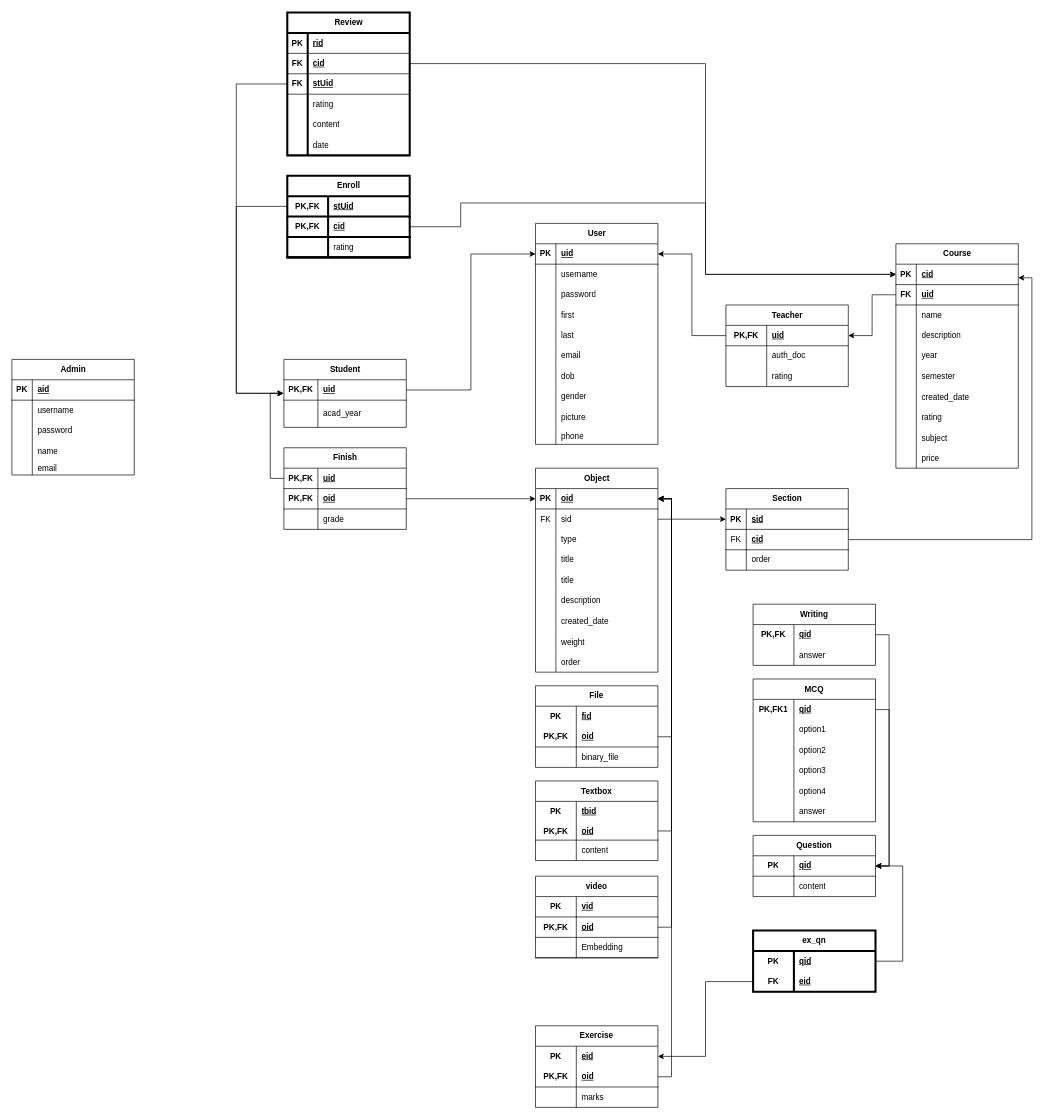
Earlier version of the draw.io diagram page "Schema" (2 of 2) of Design/Database Diagrams.drawio (ahmedamrelhefnawy/Neon-Academy). Source tidied: cells renumbered, new cells numbered last; positions are measured from the earlier drawing's top-left corner, leaving out a move shared by most shapes. Both pictures are drawn from the tidied source at 68%, with x=0, y=0 at pixel (12, 12).
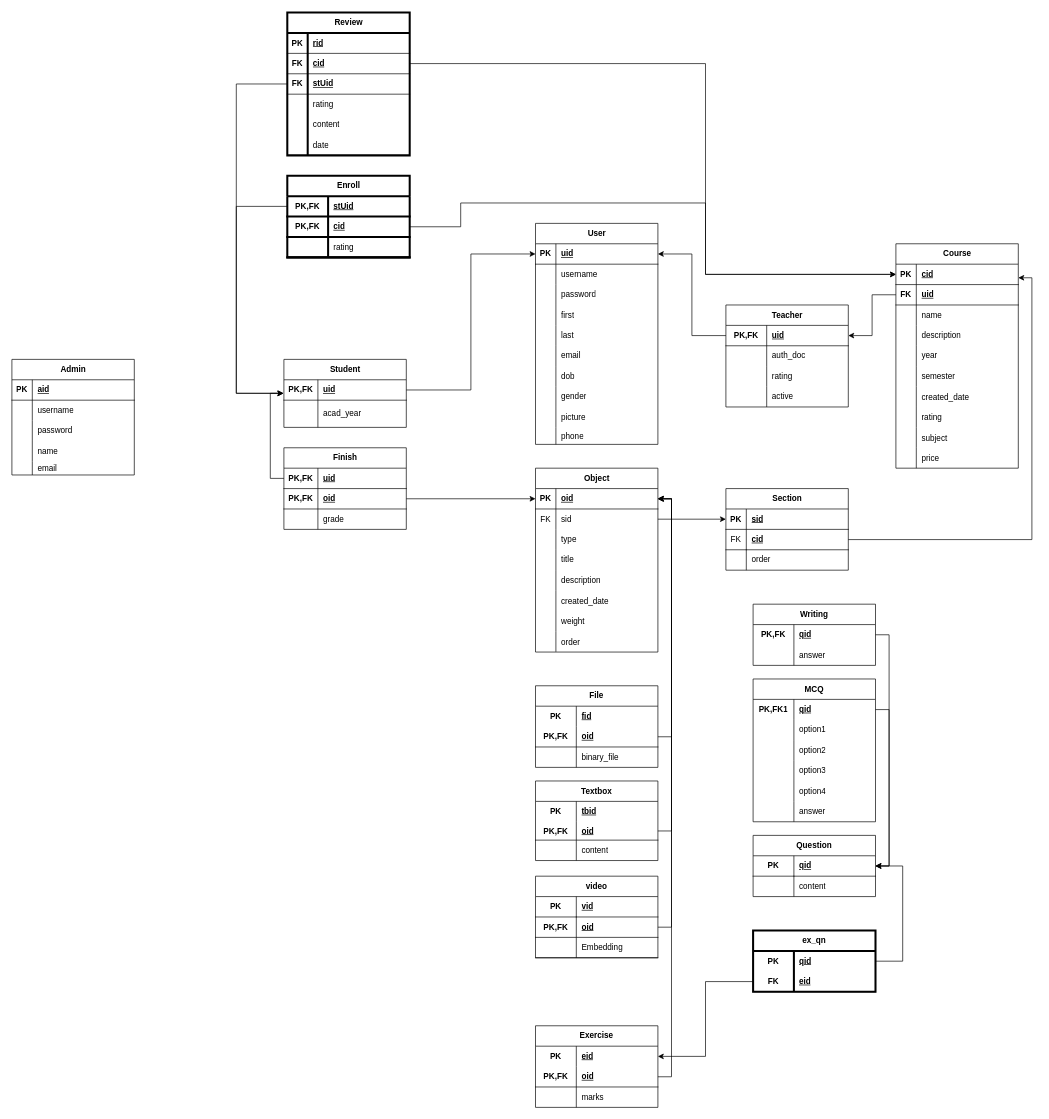
The same diagram, later.

The edit, as a diff of the source:
```diff
@@
     <mxCell id="18" value="Object" style="shape=table;startSize=30;childLayout=tableLayout;rowLines=0;fontStyle=1;align=center;html=1;" parent="1" vertex="1">
-      <mxGeometry x="770" y="670" width="180" height="300" as="geometry" />
+      <mxGeometry x="770" y="670" width="180" height="270.4" as="geometry" />
     </mxCell>
@@
-    <mxCell id="28" style="shape=tableRow;horizontal=0;startSize=0;swimlaneHead=0;swimlaneBody=0;fillColor=none;top=0;left=0;right=0;bottom=0;" parent="18" vertex="1">
-      <mxGeometry y="120" width="180" height="30" as="geometry" />
-    </mxCell>
-    <mxCell id="29" style="shape=partialRectangle;fillColor=none;top=0;left=0;bottom=0;right=0;overflow=hidden;whiteSpace=wrap;html=1;" parent="28" vertex="1">
-      <mxGeometry width="30" height="30" as="geometry" />
-    </mxCell>
-    <mxCell id="30" value="title" style="shape=partialRectangle;fillColor=none;top=0;left=0;bottom=0;right=0;align=left;spacingLeft=6;overflow=hidden;whiteSpace=wrap;html=1;" parent="28" vertex="1">
-      <mxGeometry x="30" width="150" height="30" as="geometry" />
-    </mxCell>
     <mxCell id="31" style="shape=tableRow;horizontal=0;startSize=0;swimlaneHead=0;swimlaneBody=0;fillColor=none;top=0;left=0;right=0;bottom=0;" parent="18" vertex="1">
-      <mxGeometry y="150" width="180" height="30" as="geometry" />
+      <mxGeometry y="120" width="180" height="30" as="geometry" />
     </mxCell>
@@
     <mxCell id="34" style="shape=tableRow;horizontal=0;startSize=0;swimlaneHead=0;swimlaneBody=0;fillColor=none;top=0;left=0;right=0;bottom=0;" parent="18" vertex="1">
-      <mxGeometry y="180" width="180" height="30" as="geometry" />
+      <mxGeometry y="150" width="180" height="30" as="geometry" />
     </mxCell>
@@
     <mxCell id="37" style="shape=tableRow;horizontal=0;startSize=0;swimlaneHead=0;swimlaneBody=0;fillColor=none;top=0;left=0;right=0;bottom=0;" parent="18" vertex="1">
-      <mxGeometry y="210" width="180" height="30" as="geometry" />
+      <mxGeometry y="180" width="180" height="30" as="geometry" />
     </mxCell>
@@
     <mxCell id="40" style="shape=tableRow;horizontal=0;startSize=0;swimlaneHead=0;swimlaneBody=0;fillColor=none;top=0;left=0;right=0;bottom=0;" parent="18" vertex="1">
-      <mxGeometry y="240" width="180" height="30" as="geometry" />
+      <mxGeometry y="210" width="180" height="30" as="geometry" />
     </mxCell>
@@
     <mxCell id="43" style="shape=tableRow;horizontal=0;startSize=0;swimlaneHead=0;swimlaneBody=0;fillColor=none;top=0;left=0;right=0;bottom=0;" parent="18" vertex="1">
-      <mxGeometry y="270" width="180" height="30" as="geometry" />
+      <mxGeometry y="240" width="180" height="30" as="geometry" />
     </mxCell>
@@
     <mxCell id="224" value="Teacher" style="shape=table;startSize=30;childLayout=tableLayout;rowLines=0;fontStyle=1;align=center;html=1;" parent="1" vertex="1">
-      <mxGeometry x="1050" y="430" width="180" height="120" as="geometry" />
+      <mxGeometry x="1050" y="430" width="180" height="150" as="geometry" />
     </mxCell>
@@
+    <mxCell id="28" style="shape=tableRow;horizontal=0;startSize=0;swimlaneHead=0;swimlaneBody=0;fillColor=none;top=0;left=0;right=0;bottom=0;" parent="224" vertex="1">
+      <mxGeometry y="120" width="180" height="30" as="geometry" />
+    </mxCell>
+    <mxCell id="275" style="shape=partialRectangle;fillColor=none;top=0;left=0;bottom=0;right=0;overflow=hidden;whiteSpace=wrap;html=1;" parent="28" vertex="1">
+      <mxGeometry width="60" height="30" as="geometry" />
+    </mxCell>
+    <mxCell id="276" value="active" style="shape=partialRectangle;fillColor=none;top=0;left=0;bottom=0;right=0;align=left;spacingLeft=6;overflow=hidden;whiteSpace=wrap;html=1;" parent="28" vertex="1">
+      <mxGeometry x="60" width="120" height="30" as="geometry" />
+    </mxCell>
```
